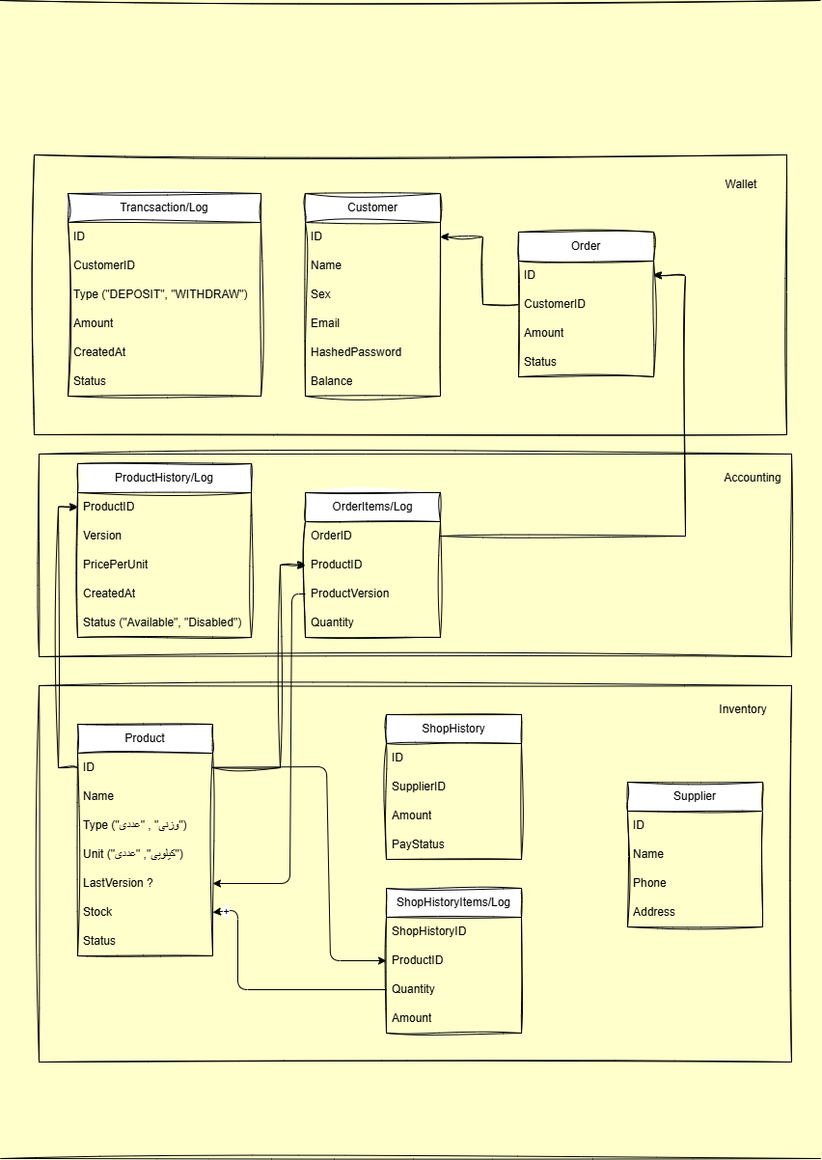
Before: CoffeeShop/diagram.dio.png, a diagram exported from draw.io (imanlangaran/mini-projects). Source tidied: cells renumbered, new cells last; positions are measured from the earlier drawing's top-left corner, leaving out a move shared by most shapes.
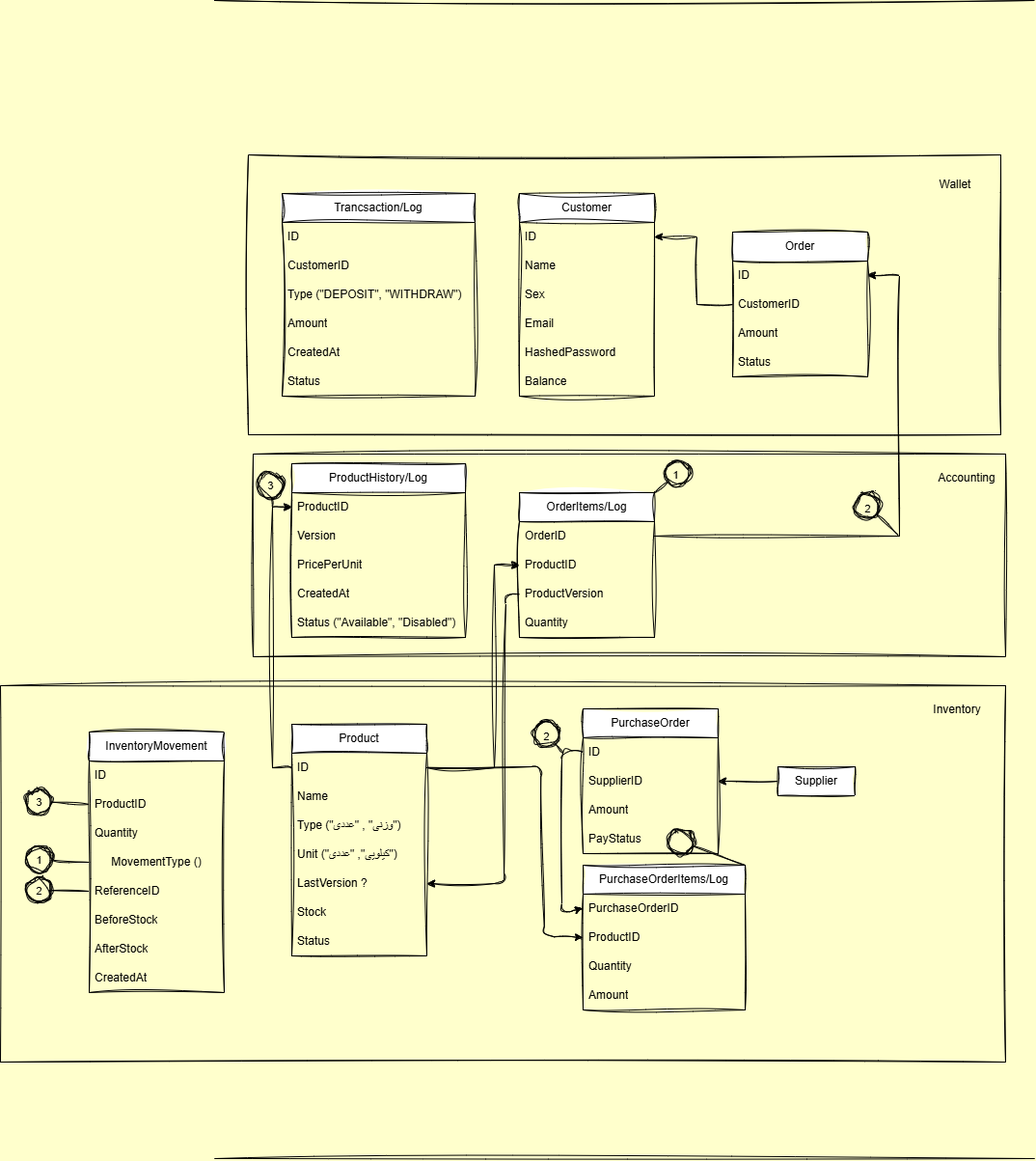
The same diagram one commit later.

Commit message:
add inventory movement and some other things

Diff of the diagram source:
```diff
@@ -3,7 +3,7 @@
     <mxCell id="0" />
     <mxCell id="1" parent="0" />
     <mxCell id="2" style="rounded=0;whiteSpace=wrap;html=1;fillColor=none;sketch=1;curveFitting=1;jiggle=2;" parent="1" vertex="1">
-      <mxGeometry x="40" y="710" width="780" height="390" as="geometry" />
+      <mxGeometry x="-222" y="710" width="1042" height="390" as="geometry" />
     </mxCell>
     <mxCell id="3" style="rounded=0;whiteSpace=wrap;html=1;fillColor=none;sketch=1;curveFitting=1;jiggle=2;" parent="1" vertex="1">
       <mxGeometry x="35" y="160" width="780" height="290" as="geometry" />
@@ -92,6 +92,14 @@
     <mxCell id="31" value="Status" style="text;strokeColor=none;fillColor=none;align=left;verticalAlign=middle;spacingLeft=4;spacingRight=4;overflow=hidden;whiteSpace=wrap;html=1;rounded=0;sketch=1;curveFitting=1;jiggle=2;" parent="27" vertex="1">
       <mxGeometry y="120" width="140" height="30" as="geometry" />
     </mxCell>
+    <mxCell id="71" style="edgeStyle=none;html=1;exitX=1;exitY=0;exitDx=0;exitDy=0;endArrow=oval;endFill=0;strokeWidth=1;endSize=26;entryX=0.564;entryY=0.095;entryDx=0;entryDy=0;entryPerimeter=0;rounded=0;curved=0;targetPerimeterSpacing=0;sketch=1;curveFitting=1;jiggle=2;" parent="1" edge="1" source="32" target="4">
+      <mxGeometry relative="1" as="geometry" />
+    </mxCell>
+    <mxCell id="72" value="1" style="edgeLabel;html=1;align=center;verticalAlign=middle;labelBackgroundColor=none;sketch=1;curveFitting=1;jiggle=2;" parent="71" vertex="1">
+      <mxGeometry x="0.33" y="-3" relative="1" as="geometry">
+        <mxPoint x="4" y="-9" as="offset" />
+      </mxGeometry>
+    </mxCell>
     <mxCell id="32" value="OrderItems/Log" style="swimlane;fontStyle=0;horizontal=1;startSize=30;whiteSpace=wrap;html=1;rounded=0;sketch=1;curveFitting=1;jiggle=2;" parent="1" vertex="1">
       <mxGeometry x="316" y="510" width="140" height="150" as="geometry" />
     </mxCell>
@@ -123,8 +131,8 @@
         </Array>
       </mxGeometry>
     </mxCell>
-    <mxCell id="39" value="ShopHistory" style="swimlane;fontStyle=0;horizontal=1;startSize=30;whiteSpace=wrap;html=1;rounded=0;sketch=1;curveFitting=1;jiggle=2;" parent="1" vertex="1">
-      <mxGeometry x="400" y="740" width="140" height="150" as="geometry" />
+    <mxCell id="39" value="PurchaseOrder" style="swimlane;fontStyle=0;horizontal=1;startSize=30;whiteSpace=wrap;html=1;rounded=0;sketch=1;curveFitting=1;jiggle=2;" parent="1" vertex="1">
+      <mxGeometry x="382" y="734" width="140" height="150" as="geometry" />
     </mxCell>
     <mxCell id="40" value="ID" style="text;strokeColor=none;fillColor=none;align=left;verticalAlign=middle;spacingLeft=4;spacingRight=4;overflow=hidden;points=[[0,0.5],[1,0.5]];portConstraint=eastwest;whiteSpace=wrap;html=1;rounded=0;sketch=1;curveFitting=1;jiggle=2;" parent="39" vertex="1">
       <mxGeometry y="30" width="140" height="30" as="geometry" />
@@ -138,35 +146,23 @@
     <mxCell id="43" value="PayStatus" style="text;strokeColor=none;fillColor=none;align=left;verticalAlign=middle;spacingLeft=4;spacingRight=4;overflow=hidden;whiteSpace=wrap;html=1;rounded=0;sketch=1;curveFitting=1;jiggle=2;" parent="39" vertex="1">
       <mxGeometry y="120" width="140" height="30" as="geometry" />
     </mxCell>
-    <mxCell id="44" value="Supplier" style="swimlane;fontStyle=0;horizontal=1;startSize=30;whiteSpace=wrap;html=1;rounded=0;sketch=1;curveFitting=1;jiggle=2;" parent="1" vertex="1">
-      <mxGeometry x="650" y="810" width="140" height="150" as="geometry" />
+    <mxCell id="44" value="Supplier" style="swimlane;fontStyle=0;horizontal=1;startSize=30;whiteSpace=wrap;html=1;rounded=0;sketch=1;curveFitting=1;jiggle=2;" parent="1" vertex="1" collapsed="1">
+      <mxGeometry x="584" y="794" width="80" height="30" as="geometry" />
     </mxCell>
-    <mxCell id="45" value="ID" style="text;strokeColor=none;fillColor=none;align=left;verticalAlign=middle;spacingLeft=4;spacingRight=4;overflow=hidden;whiteSpace=wrap;html=1;rounded=0;sketch=1;curveFitting=1;jiggle=2;" parent="44" vertex="1">
-      <mxGeometry y="30" width="140" height="30" as="geometry" />
-    </mxCell>
-    <mxCell id="46" value="Name" style="text;strokeColor=none;fillColor=none;align=left;verticalAlign=middle;spacingLeft=4;spacingRight=4;overflow=hidden;whiteSpace=wrap;html=1;rounded=0;sketch=1;curveFitting=1;jiggle=2;" parent="44" vertex="1">
-      <mxGeometry y="60" width="140" height="30" as="geometry" />
-    </mxCell>
-    <mxCell id="47" value="Phone" style="text;strokeColor=none;fillColor=none;align=left;verticalAlign=middle;spacingLeft=4;spacingRight=4;overflow=hidden;whiteSpace=wrap;html=1;rounded=0;sketch=1;curveFitting=1;jiggle=2;" parent="44" vertex="1">
-      <mxGeometry y="90" width="140" height="30" as="geometry" />
-    </mxCell>
-    <mxCell id="48" value="Address" style="text;strokeColor=none;fillColor=none;align=left;verticalAlign=middle;spacingLeft=4;spacingRight=4;overflow=hidden;whiteSpace=wrap;html=1;rounded=0;sketch=1;curveFitting=1;jiggle=2;" parent="44" vertex="1">
-      <mxGeometry y="120" width="140" height="30" as="geometry" />
-    </mxCell>
-    <mxCell id="49" value="ShopHistoryItems/Log" style="swimlane;fontStyle=0;horizontal=1;startSize=30;whiteSpace=wrap;html=1;rounded=0;sketch=1;curveFitting=1;jiggle=2;" parent="1" vertex="1">
-      <mxGeometry x="400" y="920" width="140" height="150" as="geometry" />
+    <mxCell id="49" value="&lt;span style=&quot;color: rgb(0, 0, 0);&quot;&gt;PurchaseOrder&lt;/span&gt;Items/Log" style="swimlane;fontStyle=0;horizontal=1;startSize=30;whiteSpace=wrap;html=1;rounded=0;sketch=1;curveFitting=1;jiggle=2;" parent="1" vertex="1">
+      <mxGeometry x="382" y="896" width="168" height="150" as="geometry" />
     </mxCell>
-    <mxCell id="50" value="ShopHistoryID" style="text;strokeColor=none;fillColor=none;align=left;verticalAlign=middle;spacingLeft=4;spacingRight=4;overflow=hidden;points=[[0,0.5],[1,0.5]];portConstraint=eastwest;whiteSpace=wrap;html=1;rounded=0;sketch=1;curveFitting=1;jiggle=2;" parent="49" vertex="1">
-      <mxGeometry y="30" width="140" height="30" as="geometry" />
+    <mxCell id="50" value="&lt;span style=&quot;color: rgb(0, 0, 0); text-align: center;&quot;&gt;PurchaseOrder&lt;/span&gt;ID" style="text;strokeColor=none;fillColor=none;align=left;verticalAlign=middle;spacingLeft=4;spacingRight=4;overflow=hidden;points=[[0,0.5],[1,0.5]];portConstraint=eastwest;whiteSpace=wrap;html=1;rounded=0;sketch=1;curveFitting=1;jiggle=2;" parent="49" vertex="1">
+      <mxGeometry y="30" width="168" height="30" as="geometry" />
     </mxCell>
     <mxCell id="51" value="ProductID" style="text;strokeColor=none;fillColor=none;align=left;verticalAlign=middle;spacingLeft=4;spacingRight=4;overflow=hidden;points=[[0,0.5],[1,0.5]];portConstraint=eastwest;whiteSpace=wrap;html=1;rounded=0;sketch=1;curveFitting=1;jiggle=2;" parent="49" vertex="1">
-      <mxGeometry y="60" width="140" height="30" as="geometry" />
+      <mxGeometry y="60" width="168" height="30" as="geometry" />
     </mxCell>
     <mxCell id="52" value="Quantity" style="text;strokeColor=none;fillColor=none;align=left;verticalAlign=middle;spacingLeft=4;spacingRight=4;overflow=hidden;points=[[0,0.5],[1,0.5]];portConstraint=eastwest;whiteSpace=wrap;html=1;rounded=0;sketch=1;curveFitting=1;jiggle=2;" parent="49" vertex="1">
-      <mxGeometry y="90" width="140" height="30" as="geometry" />
+      <mxGeometry y="90" width="168" height="30" as="geometry" />
     </mxCell>
     <mxCell id="53" value="Amount" style="text;strokeColor=none;fillColor=none;align=left;verticalAlign=middle;spacingLeft=4;spacingRight=4;overflow=hidden;whiteSpace=wrap;html=1;rounded=0;sketch=1;curveFitting=1;jiggle=2;" parent="49" vertex="1">
-      <mxGeometry y="120" width="140" height="30" as="geometry" />
+      <mxGeometry y="120" width="168" height="30" as="geometry" />
     </mxCell>
     <mxCell id="54" value="Inventory" style="text;html=1;align=center;verticalAlign=middle;whiteSpace=wrap;rounded=0;sketch=1;curveFitting=1;jiggle=2;" parent="1" vertex="1">
       <mxGeometry x="740" y="720" width="60" height="30" as="geometry" />
@@ -215,7 +211,7 @@
         <mxPoint x="850" y="1200" as="targetPoint" />
       </mxGeometry>
     </mxCell>
-    <mxCell id="66" style="edgeStyle=none;html=1;rounded=0;sketch=1;curveFitting=1;jiggle=2;strokeColor=default;exitX=1;exitY=0.5;exitDx=0;exitDy=0;" parent="1" edge="1" source="20" target="34">
+    <mxCell id="66" style="edgeStyle=none;html=1;rounded=0;strokeColor=default;exitX=1;exitY=0.5;exitDx=0;exitDy=0;sketch=1;curveFitting=1;jiggle=2;" parent="1" edge="1" source="20" target="34">
       <mxGeometry relative="1" as="geometry">
         <Array as="points">
           <mxPoint x="290" y="795" />
@@ -223,7 +219,7 @@
         </Array>
       </mxGeometry>
     </mxCell>
-    <mxCell id="67" style="edgeStyle=none;html=1;entryX=1;entryY=0.5;entryDx=0;entryDy=0;" parent="1" edge="1" source="35" target="24">
+    <mxCell id="67" style="edgeStyle=none;html=1;entryX=1;entryY=0.5;entryDx=0;entryDy=0;sketch=1;curveFitting=1;jiggle=2;" parent="1" edge="1" source="35" target="24">
       <mxGeometry relative="1" as="geometry">
         <Array as="points">
           <mxPoint x="302" y="615" />
@@ -231,24 +227,119 @@
         </Array>
       </mxGeometry>
     </mxCell>
-    <mxCell id="68" style="edgeStyle=none;html=1;entryX=0;entryY=0.5;entryDx=0;entryDy=0;" parent="1" edge="1" source="20" target="51">
+    <mxCell id="68" style="edgeStyle=none;html=1;entryX=0;entryY=0.5;entryDx=0;entryDy=0;sketch=1;curveFitting=1;jiggle=2;" parent="1" edge="1" source="20" target="51">
       <mxGeometry relative="1" as="geometry">
         <Array as="points">
           <mxPoint x="338" y="794" />
-          <mxPoint x="342" y="995" />
+          <mxPoint x="342" y="970" />
         </Array>
       </mxGeometry>
     </mxCell>
-    <mxCell id="69" style="edgeStyle=none;html=1;entryX=1;entryY=0.5;entryDx=0;entryDy=0;" parent="1" edge="1" source="52" target="25">
-      <mxGeometry relative="1" as="geometry">
-        <Array as="points">
-          <mxPoint x="246" y="1025" />
-          <mxPoint x="246" y="942" />
-        </Array>
-      </mxGeometry>
-    </mxCell>
-    <mxCell id="70" value="+" style="edgeLabel;html=1;align=center;verticalAlign=middle;" parent="69" vertex="1">
-      <mxGeometry x="0.9" relative="1" as="geometry" />
-    </mxCell>
+    <mxCell id="73" value="InventoryMovement" style="swimlane;fontStyle=0;horizontal=1;startSize=30;whiteSpace=wrap;html=1;sketch=1;curveFitting=1;jiggle=2;" parent="1" vertex="1">
+      <mxGeometry x="-130" y="758" width="140" height="270" as="geometry" />
+    </mxCell>
+    <mxCell id="45" value="ID" style="text;strokeColor=none;fillColor=none;align=left;verticalAlign=middle;spacingLeft=4;spacingRight=4;overflow=hidden;whiteSpace=wrap;html=1;sketch=1;curveFitting=1;jiggle=2;" parent="73" vertex="1">
+      <mxGeometry y="30" width="140" height="30" as="geometry" />
+    </mxCell>
+    <mxCell id="74" value="ProductID" style="text;strokeColor=none;fillColor=none;align=left;verticalAlign=middle;spacingLeft=4;spacingRight=4;overflow=hidden;points=[[0,0.5],[1,0.5]];portConstraint=eastwest;whiteSpace=wrap;html=1;sketch=1;curveFitting=1;jiggle=2;" parent="73" vertex="1">
+      <mxGeometry y="60" width="140" height="30" as="geometry" />
+    </mxCell>
+    <mxCell id="75" value="Quantity" style="text;strokeColor=none;fillColor=none;align=left;verticalAlign=middle;spacingLeft=4;spacingRight=4;overflow=hidden;whiteSpace=wrap;html=1;sketch=1;curveFitting=1;jiggle=2;" parent="73" vertex="1">
+      <mxGeometry y="90" width="140" height="30" as="geometry" />
+    </mxCell>
+    <mxCell id="76" value="&lt;span style=&quot;color: rgb(0, 0, 0);&quot;&gt;MovementType ()&lt;/span&gt;" style="swimlane;fontStyle=0;horizontal=1;startSize=30;whiteSpace=wrap;html=1;fillColor=none;strokeColor=none;fillStyle=auto;rounded=0;glass=0;shadow=0;swimlaneFillColor=#FFB366;align=center;sketch=1;curveFitting=1;jiggle=2;" parent="73" vertex="1" collapsed="1">
+      <mxGeometry y="120" width="140" height="30" as="geometry" />
+    </mxCell>
+    <mxCell id="77" style="edgeStyle=none;html=1;exitX=0;exitY=0.5;exitDx=0;exitDy=0;endArrow=oval;endFill=0;endSize=26;sketch=1;curveFitting=1;jiggle=2;" parent="73" edge="1" source="79">
+      <mxGeometry relative="1" as="geometry">
+        <mxPoint x="-52" y="164" as="targetPoint" />
+      </mxGeometry>
+    </mxCell>
+    <mxCell id="78" value="2" style="edgeLabel;html=1;align=center;verticalAlign=middle;labelBackgroundColor=none;sketch=1;curveFitting=1;jiggle=2;" parent="77" vertex="1">
+      <mxGeometry x="0.76" relative="1" as="geometry">
+        <mxPoint x="-6" as="offset" />
+      </mxGeometry>
+    </mxCell>
+    <mxCell id="79" value="ReferenceID" style="text;strokeColor=none;fillColor=none;align=left;verticalAlign=middle;spacingLeft=4;spacingRight=4;overflow=hidden;points=[[0,0.5],[1,0.5]];portConstraint=eastwest;whiteSpace=wrap;html=1;sketch=1;curveFitting=1;jiggle=2;" parent="73" vertex="1">
+      <mxGeometry y="150" width="140" height="30" as="geometry" />
+    </mxCell>
+    <mxCell id="80" value="BeforeStock" style="text;strokeColor=none;fillColor=none;align=left;verticalAlign=middle;spacingLeft=4;spacingRight=4;overflow=hidden;whiteSpace=wrap;html=1;sketch=1;curveFitting=1;jiggle=2;" parent="73" vertex="1">
+      <mxGeometry y="180" width="140" height="30" as="geometry" />
+    </mxCell>
+    <mxCell id="81" value="AfterStock" style="text;strokeColor=none;fillColor=none;align=left;verticalAlign=middle;spacingLeft=4;spacingRight=4;overflow=hidden;whiteSpace=wrap;html=1;sketch=1;curveFitting=1;jiggle=2;" parent="73" vertex="1">
+      <mxGeometry y="210" width="140" height="30" as="geometry" />
+    </mxCell>
+    <mxCell id="82" value="CreatedAt" style="text;strokeColor=none;fillColor=none;align=left;verticalAlign=middle;spacingLeft=4;spacingRight=4;overflow=hidden;whiteSpace=wrap;html=1;sketch=1;curveFitting=1;jiggle=2;" parent="73" vertex="1">
+      <mxGeometry y="240" width="140" height="30" as="geometry" />
+    </mxCell>
+    <mxCell id="83" style="edgeStyle=none;html=1;exitX=1;exitY=0;exitDx=0;exitDy=0;entryX=0.677;entryY=0.415;entryDx=0;entryDy=0;entryPerimeter=0;endSize=26;endArrow=oval;endFill=0;sketch=1;curveFitting=1;jiggle=2;" parent="1" edge="1" source="49" target="2">
+      <mxGeometry relative="1" as="geometry" />
+    </mxCell>
+    <mxCell id="84" value="1" style="edgeLabel;html=1;align=center;verticalAlign=middle;labelBackgroundColor=none;sketch=1;curveFitting=1;jiggle=2;" parent="83" vertex="1">
+      <mxGeometry x="0.71" y="-6" relative="1" as="geometry">
+        <mxPoint x="-4" y="-7" as="offset" />
+      </mxGeometry>
+    </mxCell>
+    <mxCell id="85" style="edgeStyle=none;html=1;exitX=0;exitY=0.5;exitDx=0;exitDy=0;entryX=0;entryY=0.5;entryDx=0;entryDy=0;sketch=1;curveFitting=1;jiggle=2;" parent="1" edge="1" source="40" target="50">
+      <mxGeometry relative="1" as="geometry">
+        <Array as="points">
+          <mxPoint x="360" y="776" />
+          <mxPoint x="360" y="946" />
+        </Array>
+      </mxGeometry>
+    </mxCell>
+    <mxCell id="86" style="edgeStyle=none;html=1;endArrow=oval;endFill=0;endSize=26;exitX=0.833;exitY=0.371;exitDx=0;exitDy=0;exitPerimeter=0;sketch=1;curveFitting=1;jiggle=2;" parent="1" edge="1">
+      <mxGeometry relative="1" as="geometry">
+        <mxPoint x="708.7" y="554" as="sourcePoint" />
+        <mxPoint x="677" y="524" as="targetPoint" />
+      </mxGeometry>
+    </mxCell>
+    <mxCell id="87" value="2" style="edgeLabel;html=1;align=center;verticalAlign=middle;labelBackgroundColor=none;sketch=1;curveFitting=1;jiggle=2;" parent="86" vertex="1">
+      <mxGeometry x="1" y="7" relative="1" as="geometry">
+        <mxPoint x="4" y="-3" as="offset" />
+      </mxGeometry>
+    </mxCell>
+    <mxCell id="88" style="edgeStyle=none;html=1;endArrow=oval;endFill=0;endSize=26;exitX=0.833;exitY=0.371;exitDx=0;exitDy=0;exitPerimeter=0;sketch=1;curveFitting=1;jiggle=2;" parent="1" edge="1">
+      <mxGeometry relative="1" as="geometry">
+        <mxPoint x="361.7" y="780" as="sourcePoint" />
+        <mxPoint x="344" y="760" as="targetPoint" />
+      </mxGeometry>
+    </mxCell>
+    <mxCell id="89" value="2" style="edgeLabel;html=1;align=center;verticalAlign=middle;labelBackgroundColor=none;sketch=1;curveFitting=1;jiggle=2;" parent="88" vertex="1">
+      <mxGeometry x="1" y="7" relative="1" as="geometry">
+        <mxPoint x="4" y="-3" as="offset" />
+      </mxGeometry>
+    </mxCell>
+    <mxCell id="90" style="edgeStyle=none;html=1;exitX=0;exitY=0.5;exitDx=0;exitDy=0;endArrow=oval;endFill=0;endSize=26;sketch=1;curveFitting=1;jiggle=2;" parent="1" edge="1" source="76">
+      <mxGeometry relative="1" as="geometry">
+        <mxPoint x="-182" y="890" as="targetPoint" />
+      </mxGeometry>
+    </mxCell>
+    <mxCell id="91" value="1" style="edgeLabel;html=1;align=center;verticalAlign=middle;labelBackgroundColor=none;sketch=1;curveFitting=1;jiggle=2;" parent="90" vertex="1">
+      <mxGeometry x="0.76" relative="1" as="geometry">
+        <mxPoint x="-7" as="offset" />
+      </mxGeometry>
+    </mxCell>
+    <mxCell id="92" style="edgeStyle=none;html=1;exitX=0;exitY=0.5;exitDx=0;exitDy=0;endArrow=oval;endFill=0;endSize=26;sketch=1;curveFitting=1;jiggle=2;" parent="1" edge="1" source="74">
+      <mxGeometry relative="1" as="geometry">
+        <mxPoint x="-182" y="830" as="targetPoint" />
+      </mxGeometry>
+    </mxCell>
+    <mxCell id="93" value="3" style="edgeLabel;html=1;align=center;verticalAlign=middle;labelBackgroundColor=none;sketch=1;curveFitting=1;jiggle=2;" parent="92" vertex="1">
+      <mxGeometry x="0.76" relative="1" as="geometry">
+        <mxPoint x="-7" as="offset" />
+      </mxGeometry>
+    </mxCell>
+    <mxCell id="94" style="edgeStyle=none;html=1;endArrow=oval;endFill=0;endSize=26;exitX=0.833;exitY=0.371;exitDx=0;exitDy=0;exitPerimeter=0;sketch=1;curveFitting=1;jiggle=2;" parent="1" edge="1">
+      <mxGeometry relative="1" as="geometry">
+        <mxPoint x="59.7" y="524" as="sourcePoint" />
+        <mxPoint x="58" y="502" as="targetPoint" />
+      </mxGeometry>
+    </mxCell>
+    <mxCell id="95" value="3" style="edgeLabel;html=1;align=center;verticalAlign=middle;labelBackgroundColor=none;sketch=1;curveFitting=1;jiggle=2;" parent="94" vertex="1">
+      <mxGeometry x="1" y="7" relative="1" as="geometry">
+        <mxPoint x="6" y="-1" as="offset" />
+      </mxGeometry>
+    </mxCell>
   </root>
 </mxGraphModel>
```
